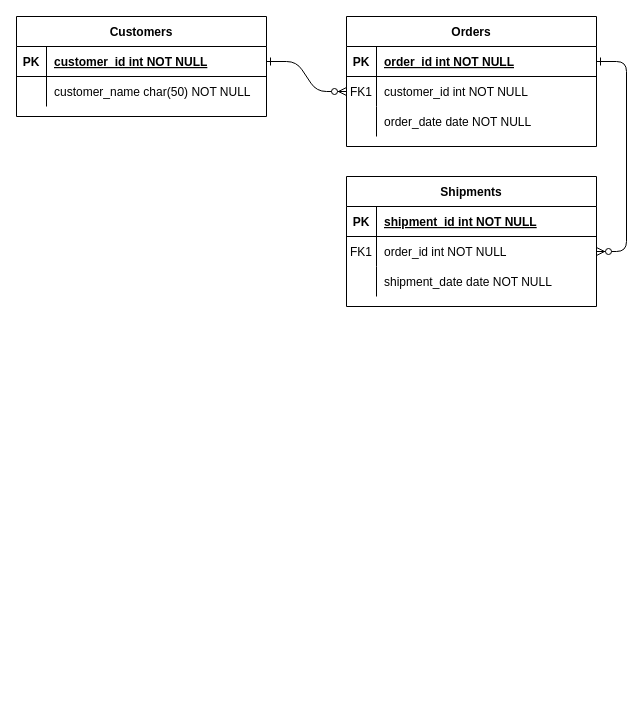
kakao-cloud-k8s-project-kukudas/aws_final_project_web keeps this draw.io diagram as 제목 없는 다이어그램.drawio. Above is the earlier version. Source tidied: cells renumbered, new cells numbered last; positions are measured from the earlier drawing's top-left corner, leaving out a move shared by most shapes. Both pictures are drawn from the tidied source at 100%, with x=0, y=0 at pixel (16, 16).
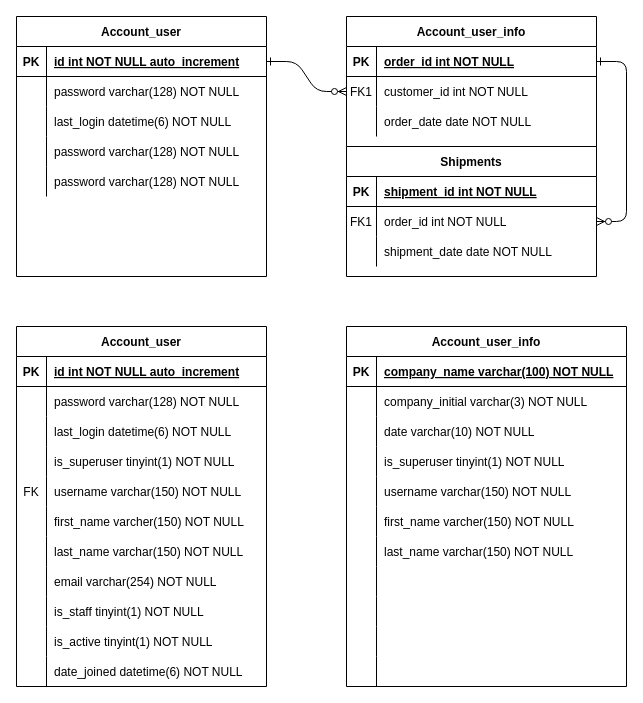
After the change.

Commit message:
제목 없는 다이어그램.drawio 업데이트

The change refers to these unchanged cells:
```xml
<mxCell id="25" style="shape=partialRectangle;fillColor=none;points=[[0,0.5],[1,0.5]];portConstraint=eastwest;top=0;left=0;right=0;bottom=1;" parent="24" vertex="1">
  <mxGeometry y="30" width="250" height="30" as="geometry" />
</mxCell>
```

Change to the diagram source:
```diff
@@
-    <mxCell id="4" value="Orders" style="shape=table;startSize=30;childLayout=tableLayout;rowLines=0;fontStyle=1;align=center;" parent="1" vertex="1">
+    <mxCell id="4" value="Account_user_info" style="shape=table;startSize=30;childLayout=tableLayout;rowLines=0;fontStyle=1;align=center;" parent="1" vertex="1">
       <mxGeometry x="330" width="250" height="130" as="geometry" />
     </mxCell>
@@
     <mxCell id="14" value="Shipments" style="shape=table;startSize=30;childLayout=tableLayout;rowLines=0;fontStyle=1;align=center;" parent="1" vertex="1">
-      <mxGeometry x="330" y="160" width="250" height="130" as="geometry" />
+      <mxGeometry x="330" y="130" width="250" height="130" as="geometry" />
     </mxCell>
@@
-    <mxCell id="24" value="Customers" style="shape=table;startSize=30;childLayout=tableLayout;rowLines=0;fontStyle=1;align=center;" parent="1" vertex="1">
-      <mxGeometry width="250" height="100" as="geometry" />
+    <mxCell id="24" value="Account_user" style="shape=table;startSize=30;childLayout=tableLayout;rowLines=0;fontStyle=1;align=center;" parent="1" vertex="1">
+      <mxGeometry width="250" height="260" as="geometry" />
     </mxCell>
@@
-    <mxCell id="27" value="customer_id int NOT NULL " style="shape=partialRectangle;overflow=hidden;fillColor=none;top=0;left=0;bottom=0;right=0;align=left;spacingLeft=6;fontStyle=5;" parent="25" vertex="1">
+    <mxCell id="27" value="id int NOT NULL auto_increment" style="shape=partialRectangle;overflow=hidden;fillColor=none;top=0;left=0;bottom=0;right=0;align=left;spacingLeft=6;fontStyle=5;" parent="25" vertex="1">
       <mxGeometry x="30" width="220" height="30" as="geometry" />
     </mxCell>
+    <mxCell id="31" style="shape=partialRectangle;fillColor=none;top=0;left=0;right=0;bottom=0;" parent="24" vertex="1">
+      <mxGeometry y="60" width="250" height="30" as="geometry" />
+    </mxCell>
+    <mxCell id="32" style="shape=partialRectangle;overflow=hidden;fillColor=none;top=0;left=0;bottom=0;right=0;" parent="31" vertex="1">
+      <mxGeometry width="30" height="30" as="geometry" />
+    </mxCell>
+    <mxCell id="33" value="password varchar(128) NOT NULL" style="shape=partialRectangle;overflow=hidden;fillColor=none;top=0;left=0;bottom=0;right=0;align=left;spacingLeft=6;" parent="31" vertex="1">
+      <mxGeometry x="30" width="220" height="30" as="geometry" />
+    </mxCell>
+    <mxCell id="34" style="shape=partialRectangle;fillColor=none;top=0;left=0;right=0;bottom=0;" parent="24" vertex="1">
+      <mxGeometry y="90" width="250" height="30" as="geometry" />
+    </mxCell>
+    <mxCell id="35" style="shape=partialRectangle;overflow=hidden;fillColor=none;top=0;left=0;bottom=0;right=0;" parent="34" vertex="1">
+      <mxGeometry width="30" height="30" as="geometry" />
+    </mxCell>
+    <mxCell id="36" value="last_login datetime(6) NOT NULL" style="shape=partialRectangle;overflow=hidden;fillColor=none;top=0;left=0;bottom=0;right=0;align=left;spacingLeft=6;" parent="34" vertex="1">
+      <mxGeometry x="30" width="220" height="30" as="geometry" />
+    </mxCell>
+    <mxCell id="37" style="shape=partialRectangle;fillColor=none;top=0;left=0;right=0;bottom=0;" parent="24" vertex="1">
+      <mxGeometry y="120" width="250" height="30" as="geometry" />
+    </mxCell>
+    <mxCell id="38" style="shape=partialRectangle;overflow=hidden;fillColor=none;top=0;left=0;bottom=0;right=0;" parent="37" vertex="1">
+      <mxGeometry width="30" height="30" as="geometry" />
+    </mxCell>
+    <mxCell id="39" value="password varchar(128) NOT NULL" style="shape=partialRectangle;overflow=hidden;fillColor=none;top=0;left=0;bottom=0;right=0;align=left;spacingLeft=6;" parent="37" vertex="1">
+      <mxGeometry x="30" width="220" height="30" as="geometry" />
+    </mxCell>
     <mxCell id="28" style="shape=partialRectangle;fillColor=none;top=0;left=0;right=0;bottom=0;" parent="24" vertex="1">
-      <mxGeometry y="60" width="250" height="30" as="geometry" />
+      <mxGeometry y="150" width="250" height="30" as="geometry" />
     </mxCell>
@@
-    <mxCell id="30" value="customer_name char(50) NOT NULL" style="shape=partialRectangle;overflow=hidden;fillColor=none;top=0;left=0;bottom=0;right=0;align=left;spacingLeft=6;" parent="28" vertex="1">
+    <mxCell id="30" value="password varchar(128) NOT NULL" style="shape=partialRectangle;overflow=hidden;fillColor=none;top=0;left=0;bottom=0;right=0;align=left;spacingLeft=6;" parent="28" vertex="1">
       <mxGeometry x="30" width="220" height="30" as="geometry" />
     </mxCell>
+    <mxCell id="40" value="Account_user" style="shape=table;startSize=30;childLayout=tableLayout;rowLines=0;fontStyle=1;align=center;" parent="1" vertex="1">
+      <mxGeometry y="310" width="250" height="360" as="geometry" />
+    </mxCell>
+    <mxCell id="41" style="shape=tableRow;horizontal=0;startSize=0;swimlaneHead=0;swimlaneBody=0;fillColor=none;top=0;left=0;right=0;bottom=1;" parent="40" vertex="1">
+      <mxGeometry y="30" width="250" height="30" as="geometry" />
+    </mxCell>
+    <mxCell id="42" value="PK" style="shape=partialRectangle;fillColor=none;top=0;left=0;bottom=0;right=0;fontStyle=1;overflow=hidden;" parent="41" vertex="1">
+      <mxGeometry width="30" height="30" as="geometry" />
+    </mxCell>
+    <mxCell id="43" value="id int NOT NULL auto_increment" style="shape=partialRectangle;fillColor=none;top=0;left=0;bottom=0;right=0;align=left;spacingLeft=6;fontStyle=5;overflow=hidden;" parent="41" vertex="1">
+      <mxGeometry x="30" width="220" height="30" as="geometry" />
+    </mxCell>
+    <mxCell id="44" style="shape=tableRow;horizontal=0;startSize=0;swimlaneHead=0;swimlaneBody=0;fillColor=none;top=0;left=0;right=0;bottom=0;" parent="40" vertex="1">
+      <mxGeometry y="60" width="250" height="30" as="geometry" />
+    </mxCell>
+    <mxCell id="45" style="shape=partialRectangle;fillColor=none;top=0;left=0;bottom=0;right=0;overflow=hidden;" parent="44" vertex="1">
+      <mxGeometry width="30" height="30" as="geometry" />
+    </mxCell>
+    <mxCell id="46" value="password varchar(128) NOT NULL" style="shape=partialRectangle;fillColor=none;top=0;left=0;bottom=0;right=0;align=left;spacingLeft=6;overflow=hidden;" parent="44" vertex="1">
+      <mxGeometry x="30" width="220" height="30" as="geometry" />
+    </mxCell>
+    <mxCell id="47" style="shape=tableRow;horizontal=0;startSize=0;swimlaneHead=0;swimlaneBody=0;fillColor=none;top=0;left=0;right=0;bottom=0;" parent="40" vertex="1">
+      <mxGeometry y="90" width="250" height="30" as="geometry" />
+    </mxCell>
+    <mxCell id="48" style="shape=partialRectangle;fillColor=none;top=0;left=0;bottom=0;right=0;overflow=hidden;" parent="47" vertex="1">
+      <mxGeometry width="30" height="30" as="geometry" />
+    </mxCell>
+    <mxCell id="49" value="last_login datetime(6) NOT NULL" style="shape=partialRectangle;fillColor=none;top=0;left=0;bottom=0;right=0;align=left;spacingLeft=6;overflow=hidden;" parent="47" vertex="1">
+      <mxGeometry x="30" width="220" height="30" as="geometry" />
+    </mxCell>
+    <mxCell id="50" style="shape=tableRow;horizontal=0;startSize=0;swimlaneHead=0;swimlaneBody=0;fillColor=none;top=0;left=0;right=0;bottom=0;" parent="40" vertex="1">
+      <mxGeometry y="120" width="250" height="30" as="geometry" />
+    </mxCell>
+    <mxCell id="51" style="shape=partialRectangle;fillColor=none;top=0;left=0;bottom=0;right=0;overflow=hidden;" parent="50" vertex="1">
+      <mxGeometry width="30" height="30" as="geometry" />
+    </mxCell>
+    <mxCell id="52" value="is_superuser tinyint(1) NOT NULL" style="shape=partialRectangle;fillColor=none;top=0;left=0;bottom=0;right=0;align=left;spacingLeft=6;overflow=hidden;" parent="50" vertex="1">
+      <mxGeometry x="30" width="220" height="30" as="geometry" />
+    </mxCell>
+    <mxCell id="53" style="shape=tableRow;horizontal=0;startSize=0;swimlaneHead=0;swimlaneBody=0;fillColor=none;top=0;left=0;right=0;bottom=0;" parent="40" vertex="1">
+      <mxGeometry y="150" width="250" height="30" as="geometry" />
+    </mxCell>
+    <mxCell id="54" value="FK" style="shape=partialRectangle;fillColor=none;top=0;left=0;bottom=0;right=0;fontStyle=0;overflow=hidden;" parent="53" vertex="1">
+      <mxGeometry width="30" height="30" as="geometry" />
+    </mxCell>
+    <mxCell id="55" value="username varchar(150) NOT NULL" style="shape=partialRectangle;fillColor=none;top=0;left=0;bottom=0;right=0;align=left;spacingLeft=6;fontStyle=0;overflow=hidden;" parent="53" vertex="1">
+      <mxGeometry x="30" width="220" height="30" as="geometry" />
+    </mxCell>
+    <mxCell id="56" style="shape=tableRow;horizontal=0;startSize=0;swimlaneHead=0;swimlaneBody=0;fillColor=none;top=0;left=0;right=0;bottom=0;" parent="40" vertex="1">
+      <mxGeometry y="180" width="250" height="30" as="geometry" />
+    </mxCell>
+    <mxCell id="57" style="shape=partialRectangle;fillColor=none;top=0;left=0;bottom=0;right=0;overflow=hidden;" parent="56" vertex="1">
+      <mxGeometry width="30" height="30" as="geometry" />
+    </mxCell>
+    <mxCell id="58" value="first_name varcher(150) NOT NULL" style="shape=partialRectangle;fillColor=none;top=0;left=0;bottom=0;right=0;align=left;spacingLeft=6;overflow=hidden;" parent="56" vertex="1">
+      <mxGeometry x="30" width="220" height="30" as="geometry" />
+    </mxCell>
+    <mxCell id="59" style="shape=tableRow;horizontal=0;startSize=0;swimlaneHead=0;swimlaneBody=0;fillColor=none;top=0;left=0;right=0;bottom=0;" parent="40" vertex="1">
+      <mxGeometry y="210" width="250" height="30" as="geometry" />
+    </mxCell>
+    <mxCell id="60" style="shape=partialRectangle;fillColor=none;top=0;left=0;bottom=0;right=0;overflow=hidden;" parent="59" vertex="1">
+      <mxGeometry width="30" height="30" as="geometry" />
+    </mxCell>
+    <mxCell id="61" value="last_name varchar(150) NOT NULL" style="shape=partialRectangle;fillColor=none;top=0;left=0;bottom=0;right=0;align=left;spacingLeft=6;overflow=hidden;" parent="59" vertex="1">
+      <mxGeometry x="30" width="220" height="30" as="geometry" />
+    </mxCell>
+    <mxCell id="62" style="shape=tableRow;horizontal=0;startSize=0;swimlaneHead=0;swimlaneBody=0;fillColor=none;top=0;left=0;right=0;bottom=0;" parent="40" vertex="1">
+      <mxGeometry y="240" width="250" height="30" as="geometry" />
+    </mxCell>
+    <mxCell id="63" style="shape=partialRectangle;fillColor=none;top=0;left=0;bottom=0;right=0;overflow=hidden;" parent="62" vertex="1">
+      <mxGeometry width="30" height="30" as="geometry" />
+    </mxCell>
+    <mxCell id="64" value="email varchar(254) NOT NULL" style="shape=partialRectangle;fillColor=none;top=0;left=0;bottom=0;right=0;align=left;spacingLeft=6;overflow=hidden;" parent="62" vertex="1">
+      <mxGeometry x="30" width="220" height="30" as="geometry" />
+    </mxCell>
+    <mxCell id="65" style="shape=tableRow;horizontal=0;startSize=0;swimlaneHead=0;swimlaneBody=0;fillColor=none;top=0;left=0;right=0;bottom=0;" parent="40" vertex="1">
+      <mxGeometry y="270" width="250" height="30" as="geometry" />
+    </mxCell>
+    <mxCell id="66" style="shape=partialRectangle;fillColor=none;top=0;left=0;bottom=0;right=0;overflow=hidden;" parent="65" vertex="1">
+      <mxGeometry width="30" height="30" as="geometry" />
+    </mxCell>
+    <mxCell id="67" value="is_staff tinyint(1) NOT NULL" style="shape=partialRectangle;fillColor=none;top=0;left=0;bottom=0;right=0;align=left;spacingLeft=6;overflow=hidden;" parent="65" vertex="1">
+      <mxGeometry x="30" width="220" height="30" as="geometry" />
+    </mxCell>
+    <mxCell id="68" style="shape=tableRow;horizontal=0;startSize=0;swimlaneHead=0;swimlaneBody=0;fillColor=none;top=0;left=0;right=0;bottom=0;" parent="40" vertex="1">
+      <mxGeometry y="300" width="250" height="30" as="geometry" />
+    </mxCell>
+    <mxCell id="69" style="shape=partialRectangle;fillColor=none;top=0;left=0;bottom=0;right=0;overflow=hidden;" parent="68" vertex="1">
+      <mxGeometry width="30" height="30" as="geometry" />
+    </mxCell>
+    <mxCell id="70" value="is_active tinyint(1) NOT NULL" style="shape=partialRectangle;fillColor=none;top=0;left=0;bottom=0;right=0;align=left;spacingLeft=6;overflow=hidden;" parent="68" vertex="1">
+      <mxGeometry x="30" width="220" height="30" as="geometry" />
+    </mxCell>
+    <mxCell id="71" style="shape=tableRow;horizontal=0;startSize=0;swimlaneHead=0;swimlaneBody=0;fillColor=none;top=0;left=0;right=0;bottom=0;" parent="40" vertex="1">
+      <mxGeometry y="330" width="250" height="30" as="geometry" />
+    </mxCell>
+    <mxCell id="72" style="shape=partialRectangle;fillColor=none;top=0;left=0;bottom=0;right=0;overflow=hidden;" parent="71" vertex="1">
+      <mxGeometry width="30" height="30" as="geometry" />
+    </mxCell>
+    <mxCell id="73" value="date_joined datetime(6) NOT NULL" style="shape=partialRectangle;fillColor=none;top=0;left=0;bottom=0;right=0;align=left;spacingLeft=6;overflow=hidden;" parent="71" vertex="1">
+      <mxGeometry x="30" width="220" height="30" as="geometry" />
+    </mxCell>
+    <mxCell id="74" value="Account_user_info" style="shape=table;startSize=30;childLayout=tableLayout;rowLines=0;fontStyle=1;align=center;verticalAlign=middle;" parent="1" vertex="1">
+      <mxGeometry x="330" y="310" width="280" height="360" as="geometry" />
+    </mxCell>
+    <mxCell id="75" style="shape=tableRow;horizontal=0;startSize=0;swimlaneHead=0;swimlaneBody=0;fillColor=none;top=0;left=0;right=0;bottom=1;" parent="74" vertex="1">
+      <mxGeometry y="30" width="280" height="30" as="geometry" />
+    </mxCell>
+    <mxCell id="76" value="PK" style="shape=partialRectangle;fillColor=none;top=0;left=0;bottom=0;right=0;fontStyle=1;overflow=hidden;" parent="75" vertex="1">
+      <mxGeometry width="30" height="30" as="geometry" />
+    </mxCell>
+    <mxCell id="77" value="company_name varchar(100) NOT NULL" style="shape=partialRectangle;fillColor=none;top=0;left=0;bottom=0;right=0;align=left;spacingLeft=6;fontStyle=5;overflow=hidden;" parent="75" vertex="1">
+      <mxGeometry x="30" width="250" height="30" as="geometry" />
+    </mxCell>
+    <mxCell id="78" style="shape=tableRow;horizontal=0;startSize=0;swimlaneHead=0;swimlaneBody=0;fillColor=none;top=0;left=0;right=0;bottom=0;" parent="74" vertex="1">
+      <mxGeometry y="60" width="280" height="30" as="geometry" />
+    </mxCell>
+    <mxCell id="79" style="shape=partialRectangle;fillColor=none;top=0;left=0;bottom=0;right=0;overflow=hidden;" parent="78" vertex="1">
+      <mxGeometry width="30" height="30" as="geometry" />
+    </mxCell>
+    <mxCell id="80" value="company_initial varchar(3) NOT NULL" style="shape=partialRectangle;fillColor=none;top=0;left=0;bottom=0;right=0;align=left;spacingLeft=6;overflow=hidden;" parent="78" vertex="1">
+      <mxGeometry x="30" width="250" height="30" as="geometry" />
+    </mxCell>
+    <mxCell id="81" style="shape=tableRow;horizontal=0;startSize=0;swimlaneHead=0;swimlaneBody=0;fillColor=none;top=0;left=0;right=0;bottom=0;" parent="74" vertex="1">
+      <mxGeometry y="90" width="280" height="30" as="geometry" />
+    </mxCell>
+    <mxCell id="82" style="shape=partialRectangle;fillColor=none;top=0;left=0;bottom=0;right=0;overflow=hidden;" parent="81" vertex="1">
+      <mxGeometry width="30" height="30" as="geometry" />
+    </mxCell>
+    <mxCell id="83" value="date varchar(10) NOT NULL" style="shape=partialRectangle;fillColor=none;top=0;left=0;bottom=0;right=0;align=left;spacingLeft=6;overflow=hidden;" parent="81" vertex="1">
+      <mxGeometry x="30" width="250" height="30" as="geometry" />
+    </mxCell>
+    <mxCell id="84" style="shape=tableRow;horizontal=0;startSize=0;swimlaneHead=0;swimlaneBody=0;fillColor=none;top=0;left=0;right=0;bottom=0;" parent="74" vertex="1">
+      <mxGeometry y="120" width="280" height="30" as="geometry" />
+    </mxCell>
+    <mxCell id="85" style="shape=partialRectangle;fillColor=none;top=0;left=0;bottom=0;right=0;overflow=hidden;" parent="84" vertex="1">
+      <mxGeometry width="30" height="30" as="geometry" />
+    </mxCell>
+    <mxCell id="86" value="is_superuser tinyint(1) NOT NULL" style="shape=partialRectangle;fillColor=none;top=0;left=0;bottom=0;right=0;align=left;spacingLeft=6;overflow=hidden;" parent="84" vertex="1">
+      <mxGeometry x="30" width="250" height="30" as="geometry" />
+    </mxCell>
+    <mxCell id="87" style="shape=tableRow;horizontal=0;startSize=0;swimlaneHead=0;swimlaneBody=0;fillColor=none;top=0;left=0;right=0;bottom=0;" parent="74" vertex="1">
+      <mxGeometry y="150" width="280" height="30" as="geometry" />
+    </mxCell>
+    <mxCell id="88" style="shape=partialRectangle;fillColor=none;top=0;left=0;bottom=0;right=0;overflow=hidden;" parent="87" vertex="1">
+      <mxGeometry width="30" height="30" as="geometry" />
+    </mxCell>
+    <mxCell id="89" value="username varchar(150) NOT NULL" style="shape=partialRectangle;fillColor=none;top=0;left=0;bottom=0;right=0;align=left;spacingLeft=6;overflow=hidden;" parent="87" vertex="1">
+      <mxGeometry x="30" width="250" height="30" as="geometry" />
+    </mxCell>
+    <mxCell id="90" style="shape=tableRow;horizontal=0;startSize=0;swimlaneHead=0;swimlaneBody=0;fillColor=none;top=0;left=0;right=0;bottom=0;" parent="74" vertex="1">
+      <mxGeometry y="180" width="280" height="30" as="geometry" />
+    </mxCell>
+    <mxCell id="91" style="shape=partialRectangle;fillColor=none;top=0;left=0;bottom=0;right=0;overflow=hidden;" parent="90" vertex="1">
+      <mxGeometry width="30" height="30" as="geometry" />
+    </mxCell>
+    <mxCell id="92" value="first_name varcher(150) NOT NULL" style="shape=partialRectangle;fillColor=none;top=0;left=0;bottom=0;right=0;align=left;spacingLeft=6;overflow=hidden;" parent="90" vertex="1">
+      <mxGeometry x="30" width="250" height="30" as="geometry" />
+    </mxCell>
+    <mxCell id="93" style="shape=tableRow;horizontal=0;startSize=0;swimlaneHead=0;swimlaneBody=0;fillColor=none;top=0;left=0;right=0;bottom=0;" parent="74" vertex="1">
+      <mxGeometry y="210" width="280" height="30" as="geometry" />
+    </mxCell>
+    <mxCell id="94" style="shape=partialRectangle;fillColor=none;top=0;left=0;bottom=0;right=0;overflow=hidden;" parent="93" vertex="1">
+      <mxGeometry width="30" height="30" as="geometry" />
+    </mxCell>
+    <mxCell id="95" value="last_name varchar(150) NOT NULL" style="shape=partialRectangle;fillColor=none;top=0;left=0;bottom=0;right=0;align=left;spacingLeft=6;overflow=hidden;" parent="93" vertex="1">
+      <mxGeometry x="30" width="250" height="30" as="geometry" />
+    </mxCell>
+    <mxCell id="96" style="shape=tableRow;horizontal=0;startSize=0;swimlaneHead=0;swimlaneBody=0;fillColor=none;top=0;left=0;right=0;bottom=0;" parent="74" vertex="1">
+      <mxGeometry y="240" width="280" height="30" as="geometry" />
+    </mxCell>
+    <mxCell id="97" style="shape=partialRectangle;fillColor=none;top=0;left=0;bottom=0;right=0;overflow=hidden;" parent="96" vertex="1">
+      <mxGeometry width="30" height="30" as="geometry" />
+    </mxCell>
+    <mxCell id="98" style="shape=partialRectangle;fillColor=none;top=0;left=0;bottom=0;right=0;align=left;spacingLeft=6;overflow=hidden;" parent="96" vertex="1">
+      <mxGeometry x="30" width="250" height="30" as="geometry" />
+    </mxCell>
+    <mxCell id="99" style="shape=tableRow;horizontal=0;startSize=0;swimlaneHead=0;swimlaneBody=0;fillColor=none;top=0;left=0;right=0;bottom=0;" parent="74" vertex="1">
+      <mxGeometry y="270" width="280" height="30" as="geometry" />
+    </mxCell>
+    <mxCell id="100" style="shape=partialRectangle;fillColor=none;top=0;left=0;bottom=0;right=0;overflow=hidden;" parent="99" vertex="1">
+      <mxGeometry width="30" height="30" as="geometry" />
+    </mxCell>
+    <mxCell id="101" style="shape=partialRectangle;fillColor=none;top=0;left=0;bottom=0;right=0;align=left;spacingLeft=6;overflow=hidden;" parent="99" vertex="1">
+      <mxGeometry x="30" width="250" height="30" as="geometry" />
+    </mxCell>
+    <mxCell id="102" style="shape=tableRow;horizontal=0;startSize=0;swimlaneHead=0;swimlaneBody=0;fillColor=none;top=0;left=0;right=0;bottom=0;" parent="74" vertex="1">
+      <mxGeometry y="300" width="280" height="30" as="geometry" />
+    </mxCell>
+    <mxCell id="103" style="shape=partialRectangle;fillColor=none;top=0;left=0;bottom=0;right=0;overflow=hidden;" parent="102" vertex="1">
+      <mxGeometry width="30" height="30" as="geometry" />
+    </mxCell>
+    <mxCell id="104" style="shape=partialRectangle;fillColor=none;top=0;left=0;bottom=0;right=0;align=left;spacingLeft=6;overflow=hidden;" parent="102" vertex="1">
+      <mxGeometry x="30" width="250" height="30" as="geometry" />
+    </mxCell>
+    <mxCell id="105" style="shape=tableRow;horizontal=0;startSize=0;swimlaneHead=0;swimlaneBody=0;fillColor=none;top=0;left=0;right=0;bottom=0;" parent="74" vertex="1">
+      <mxGeometry y="330" width="280" height="30" as="geometry" />
+    </mxCell>
+    <mxCell id="106" style="shape=partialRectangle;fillColor=none;top=0;left=0;bottom=0;right=0;overflow=hidden;" parent="105" vertex="1">
+      <mxGeometry width="30" height="30" as="geometry" />
+    </mxCell>
+    <mxCell id="107" style="shape=partialRectangle;fillColor=none;top=0;left=0;bottom=0;right=0;align=left;spacingLeft=6;overflow=hidden;" parent="105" vertex="1">
+      <mxGeometry x="30" width="250" height="30" as="geometry" />
+    </mxCell>
```
